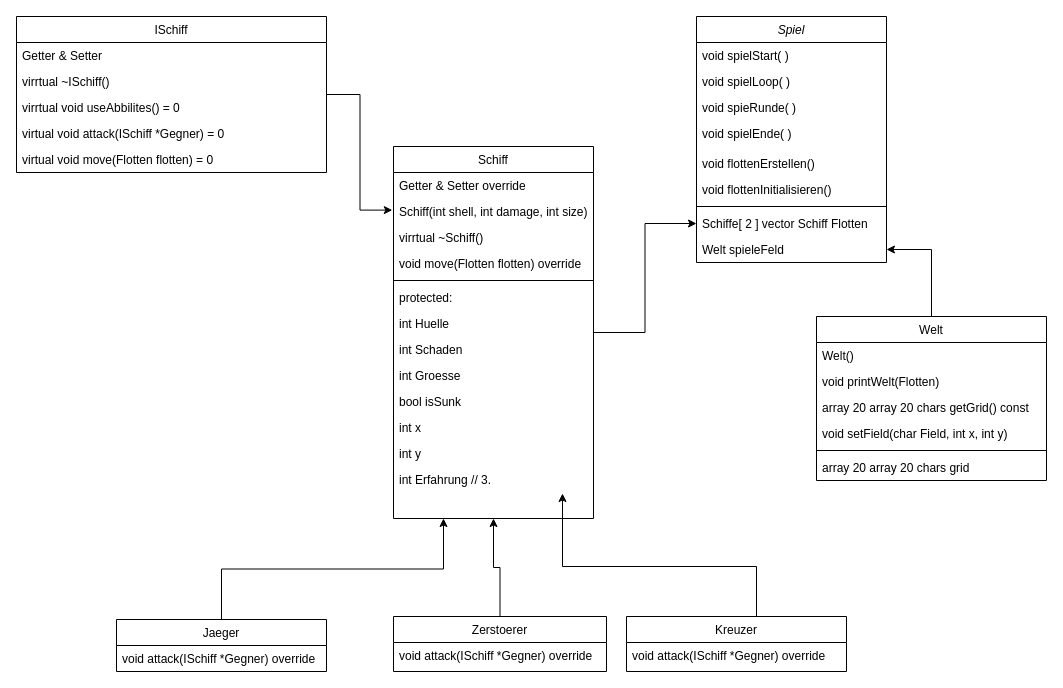
Above: Semester-2/C++Files/Flottenkampf/Flottenkampf.drawio in salem-karim/CS-Bachelor (draw.io), before the change. Source tidied: cells renumbered, new cells numbered last; positions are measured from the earlier drawing's top-left corner, leaving out a move shared by most shapes. Both pictures are drawn from the tidied source at 100%, with x=0, y=0 at pixel (16, 16).
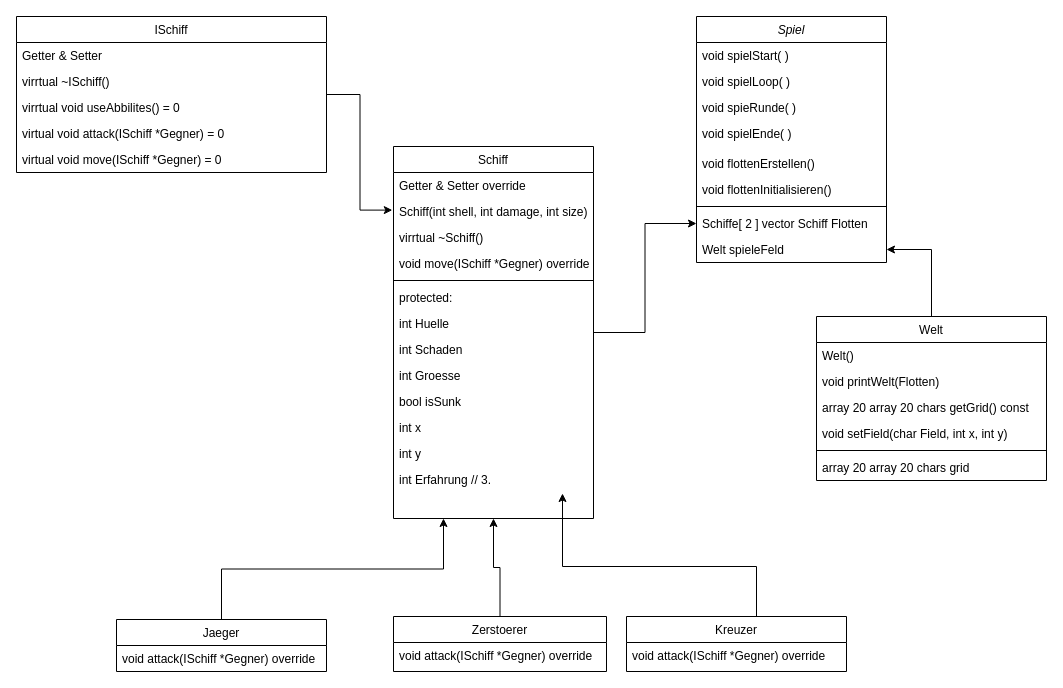
After the change.

Unchanged cells that the change refers to:
```xml
<mxCell id="16" value="Schiff" style="swimlane;fontStyle=0;align=center;verticalAlign=top;horizontal=1;startSize=26;rounded=0;shadow=0;strokeWidth=1;" parent="1" vertex="1">
  <mxGeometry x="377" y="130" width="200" height="372" as="geometry" />
</mxCell>
<mxCell id="38" value="ISchiff" style="swimlane;fontStyle=0;align=center;verticalAlign=top;horizontal=1;startSize=26;rounded=0;shadow=0;strokeWidth=1;" parent="1" vertex="1">
  <mxGeometry width="310" height="156" as="geometry" />
</mxCell>
```

Change to the diagram source:
```diff
@@
-    <mxCell id="20" value="void move(Flotten flotten) override" style="text;align=left;verticalAlign=top;spacingLeft=4;spacingRight=4;overflow=hidden;" parent="16" vertex="1">
+    <mxCell id="20" value="void move(ISchiff *Gegner) override" style="text;align=left;verticalAlign=top;spacingLeft=4;spacingRight=4;overflow=hidden;" parent="16" vertex="1">
       <mxGeometry y="104" width="200" height="26" as="geometry" />
     </mxCell>
@@
-    <mxCell id="43" value="virtual void move(Flotten flotten) = 0" style="text;align=left;verticalAlign=top;spacingLeft=4;spacingRight=4;overflow=hidden;" parent="38" vertex="1">
+    <mxCell id="43" value="virtual void move(ISchiff *Gegner) = 0" style="text;align=left;verticalAlign=top;spacingLeft=4;spacingRight=4;overflow=hidden;" parent="38" vertex="1">
       <mxGeometry y="130" width="310" height="26" as="geometry" />
     </mxCell>
```
